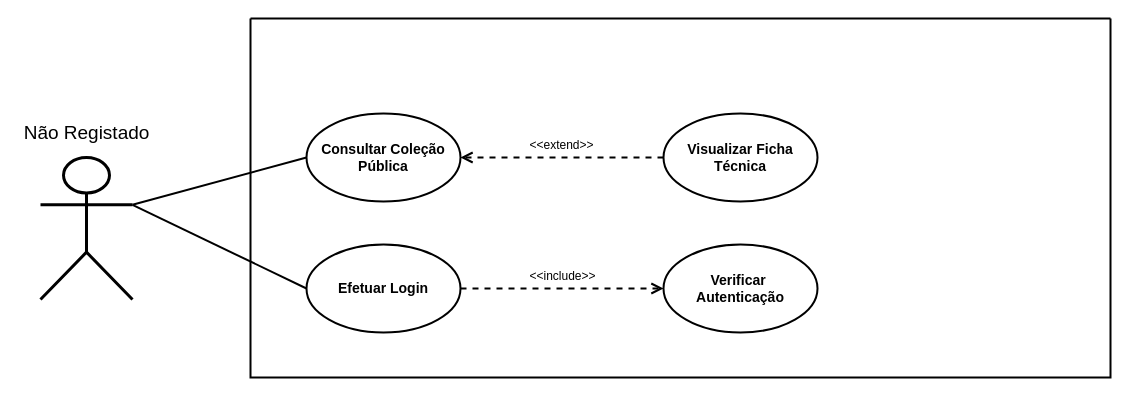
Earlier version of the draw.io diagram NonLoggedUseCase.drawio (CarvalhoDaStreet/Diagrams). Source tidied: cells renumbered, new cells numbered last; positions are measured from the earlier drawing's top-left corner, leaving out a move shared by most shapes. Both pictures are drawn from the tidied source at 100%, with x=0, y=0 at pixel (40, 18).
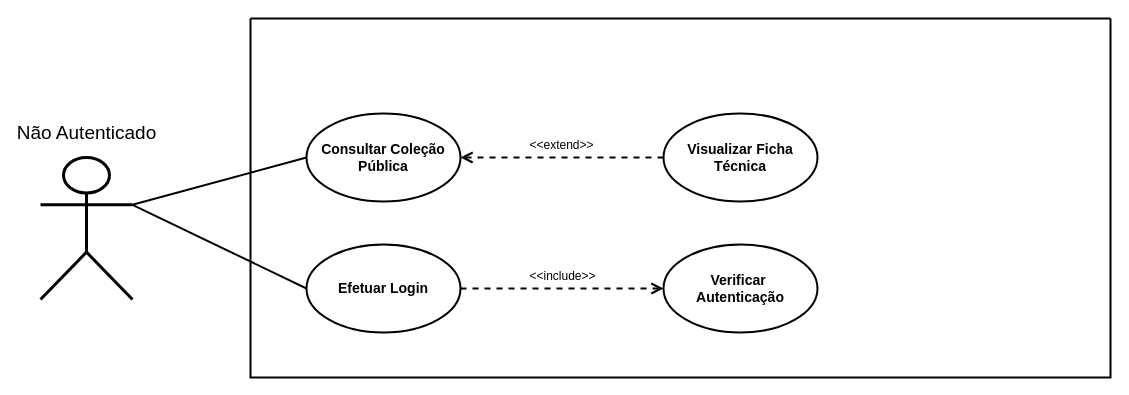
The same page after the edit.

What changed in the source:
```diff
@@
 <mxGraphModel background="#ffffff">
   <root>
     <mxCell id="0" />
     <mxCell id="1" parent="0" />
     <mxCell id="2" style="swimlane;startSize=0;strokeWidth=2;rounded=1;swimlaneLine=0;fillColor=none;labelBackgroundColor=none;perimeterSpacing=2;" parent="1" vertex="1">
       <mxGeometry x="210" width="860" height="359" as="geometry" />
     </mxCell>
     <mxCell id="3" value="Consultar Coleção&lt;div&gt;Pública&lt;/div&gt;" style="ellipse;whiteSpace=wrap;fillColor=none;strokeWidth=2;fontSize=14;fontStyle=1;html=1;align=center;labelBackgroundColor=none;" parent="2" vertex="1">
       <mxGeometry x="56" y="95" width="154" height="88" as="geometry" />
     </mxCell>
     <mxCell id="4" value="&amp;lt;&amp;lt;extend&amp;gt;&amp;gt;" style="endArrow=open;startArrow=none;endFill=0;startFill=0;endSize=8;html=1;verticalAlign=bottom;dashed=1;labelBackgroundColor=none;rounded=0;strokeWidth=2;exitX=0;exitY=0.5;exitDx=0;exitDy=0;entryX=1;entryY=0.5;entryDx=0;entryDy=0;fontColor=default;spacingBottom=3;labelPosition=center;verticalLabelPosition=top;align=center;fontSize=12;" parent="2" edge="1" source="5" target="3">
       <mxGeometry relative="1" as="geometry" />
     </mxCell>
     <mxCell id="5" value="&lt;div&gt;Visualizar Ficha&lt;/div&gt;&lt;div&gt;Técnica&lt;/div&gt;" style="ellipse;whiteSpace=wrap;fillColor=none;strokeWidth=2;fontSize=14;fontStyle=1;html=1;align=center;labelBackgroundColor=none;" parent="2" vertex="1">
       <mxGeometry x="413" y="95" width="154" height="88" as="geometry" />
     </mxCell>
     <mxCell id="6" value="&lt;div&gt;Efetuar Login&lt;/div&gt;" style="ellipse;whiteSpace=wrap;fillColor=none;strokeWidth=2;fontSize=14;fontStyle=1;html=1;align=center;labelBackgroundColor=none;" parent="2" vertex="1">
       <mxGeometry x="56" y="226" width="154" height="88" as="geometry" />
     </mxCell>
     <mxCell id="7" value="&amp;lt;&amp;lt;include&amp;gt;&amp;gt;" style="endArrow=open;startArrow=none;endFill=0;startFill=0;endSize=8;html=1;verticalAlign=bottom;dashed=1;labelBackgroundColor=none;rounded=0;strokeWidth=2;exitX=1;exitY=0.5;exitDx=0;exitDy=0;fontColor=default;spacingBottom=3;labelPosition=center;verticalLabelPosition=top;align=center;fontSize=12;entryX=0;entryY=0.5;entryDx=0;entryDy=0;" parent="2" edge="1" source="6" target="8">
       <mxGeometry relative="1" as="geometry" />
     </mxCell>
     <mxCell id="8" value="&lt;div&gt;Verificar&amp;nbsp;&lt;/div&gt;&lt;div&gt;Autenticação&lt;/div&gt;" style="ellipse;whiteSpace=wrap;fillColor=none;strokeWidth=2;fontSize=14;fontStyle=1;html=1;align=center;labelBackgroundColor=none;" parent="2" vertex="1">
       <mxGeometry x="413" y="226" width="154" height="88" as="geometry" />
     </mxCell>
-    <mxCell id="9" value="&lt;div&gt;Não Registado&lt;/div&gt;" style="shape=umlActor;verticalLabelPosition=top;verticalAlign=bottom;html=1;outlineConnect=0;strokeWidth=3;labelPosition=center;align=center;spacingTop=3;spacingBottom=4;fontSize=19;fontStyle=0;spacing=8;perimeterSpacing=0;labelBackgroundColor=none;labelBorderColor=none;fillColor=none;" parent="1" vertex="1">
+    <mxCell id="9" value="&lt;div&gt;Não Autenticado&lt;/div&gt;" style="shape=umlActor;verticalLabelPosition=top;verticalAlign=bottom;html=1;outlineConnect=0;strokeWidth=3;labelPosition=center;align=center;spacingTop=3;spacingBottom=4;fontSize=19;fontStyle=0;spacing=8;perimeterSpacing=0;labelBackgroundColor=none;labelBorderColor=none;fillColor=none;" parent="1" vertex="1">
       <mxGeometry y="139" width="92" height="142" as="geometry" />
     </mxCell>
     <mxCell id="10" style="endArrow=none;html=1;rounded=0;entryX=0;entryY=0.5;entryDx=0;entryDy=0;fontColor=default;strokeWidth=2;labelBackgroundColor=none;exitX=1;exitY=0.3333333333333333;exitDx=0;exitDy=0;exitPerimeter=0;" parent="1" edge="1" source="9" target="3">
       <mxGeometry relative="1" as="geometry" />
     </mxCell>
     <mxCell id="11" style="endArrow=none;html=1;rounded=0;entryX=0;entryY=0.5;entryDx=0;entryDy=0;fontColor=default;strokeWidth=2;labelBackgroundColor=none;exitX=1;exitY=0.3333333333333333;exitDx=0;exitDy=0;exitPerimeter=0;" parent="1" edge="1" source="9" target="6">
       <mxGeometry relative="1" as="geometry" />
     </mxCell>
   </root>
 </mxGraphModel>
```
